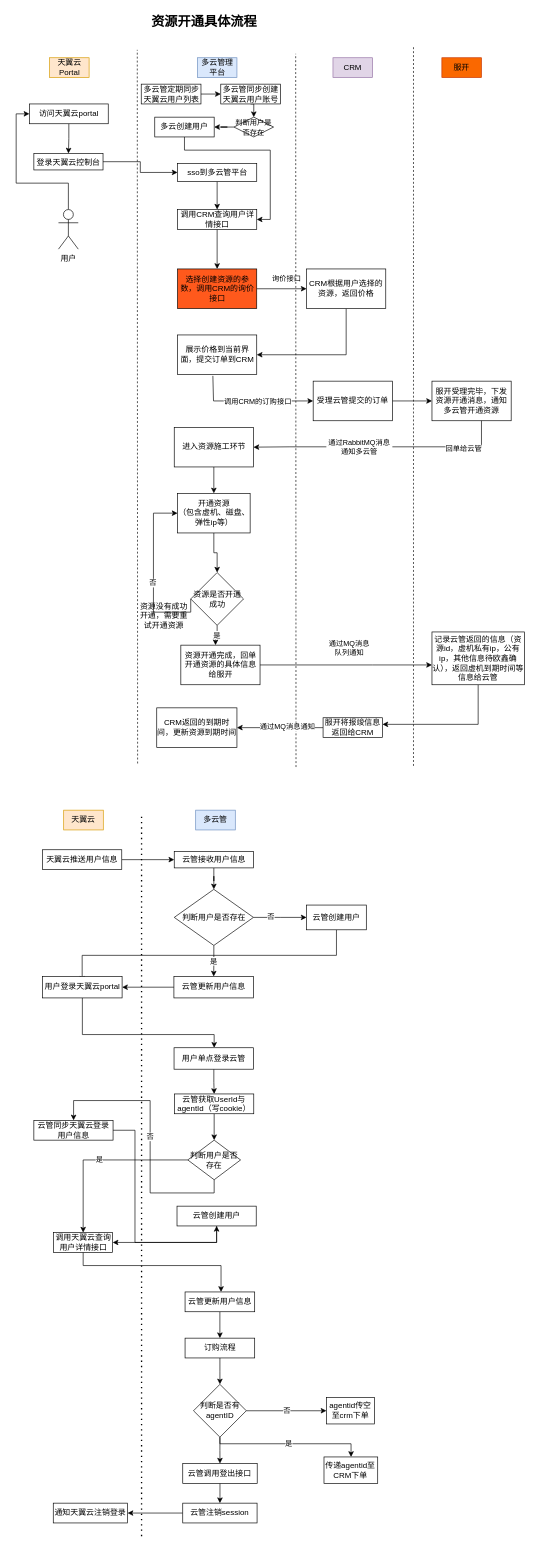
Above: CTyun-bak.drawio in link-yuml/diagrams (draw.io), before the change. Source tidied: cells renumbered, new cells numbered last; positions are measured from the earlier drawing's top-left corner, leaving out a move shared by most shapes. Both pictures are drawn from the tidied source at 66%, with x=0, y=0 at pixel (16, 11).
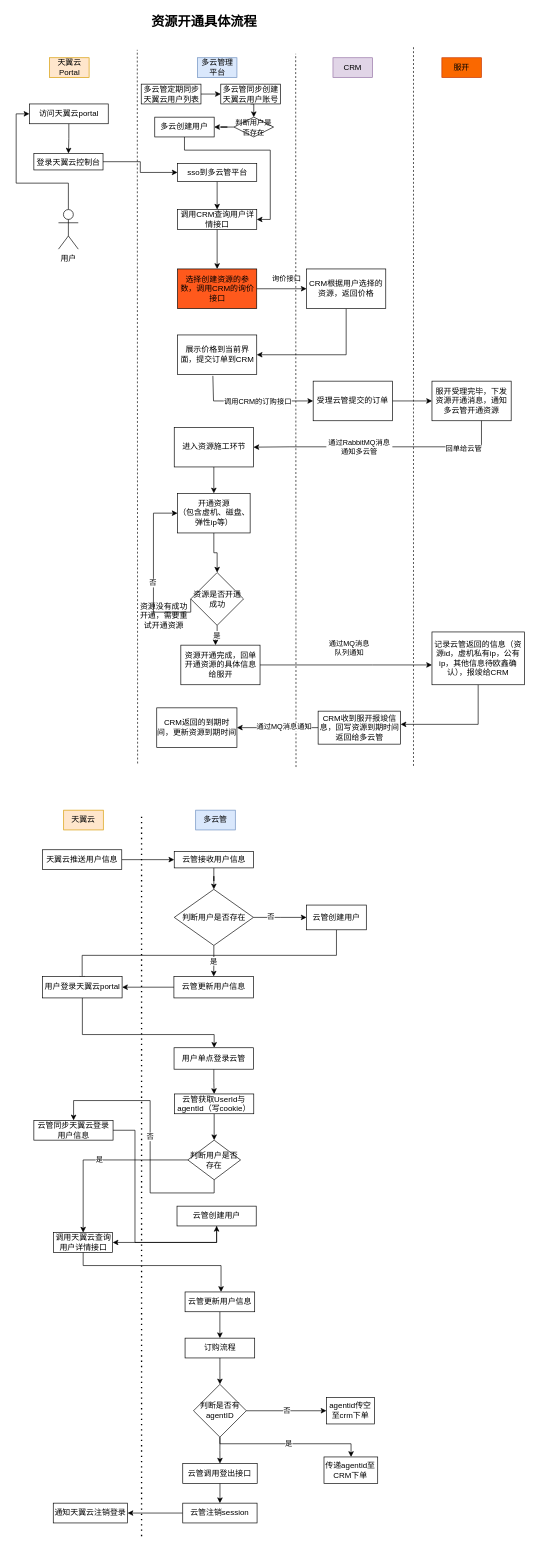
The same diagram, later.

What changed in the source:
```diff
@@
-    <mxCell id="44" value="记录云管返回的信息（资源id，虚机私有ip，公有ip，其他信息待欧鑫确认），返回虚机到期时间等信息给云管" style="rounded=0;whiteSpace=wrap;html=1;" parent="1" vertex="1">
+    <mxCell id="44" value="记录云管返回的信息（资源id，虚机私有ip，公有ip，其他信息待欧鑫确认），报竣给CRM" style="rounded=0;whiteSpace=wrap;html=1;" parent="1" vertex="1">
       <mxGeometry x="630" y="940" width="140" height="80" as="geometry" />
     </mxCell>
@@
-    <mxCell id="59" value="服开将报竣信息返回给CRM" style="rounded=0;whiteSpace=wrap;html=1;" parent="1" vertex="1">
-      <mxGeometry x="465" y="1070" width="90" height="30" as="geometry" />
+    <mxCell id="59" value="CRM收到服开报竣信息，回写资源到期时间返回给多云管" style="rounded=0;whiteSpace=wrap;html=1;" parent="1" vertex="1">
+      <mxGeometry x="457.5" y="1060" width="125" height="50" as="geometry" />
     </mxCell>
```
